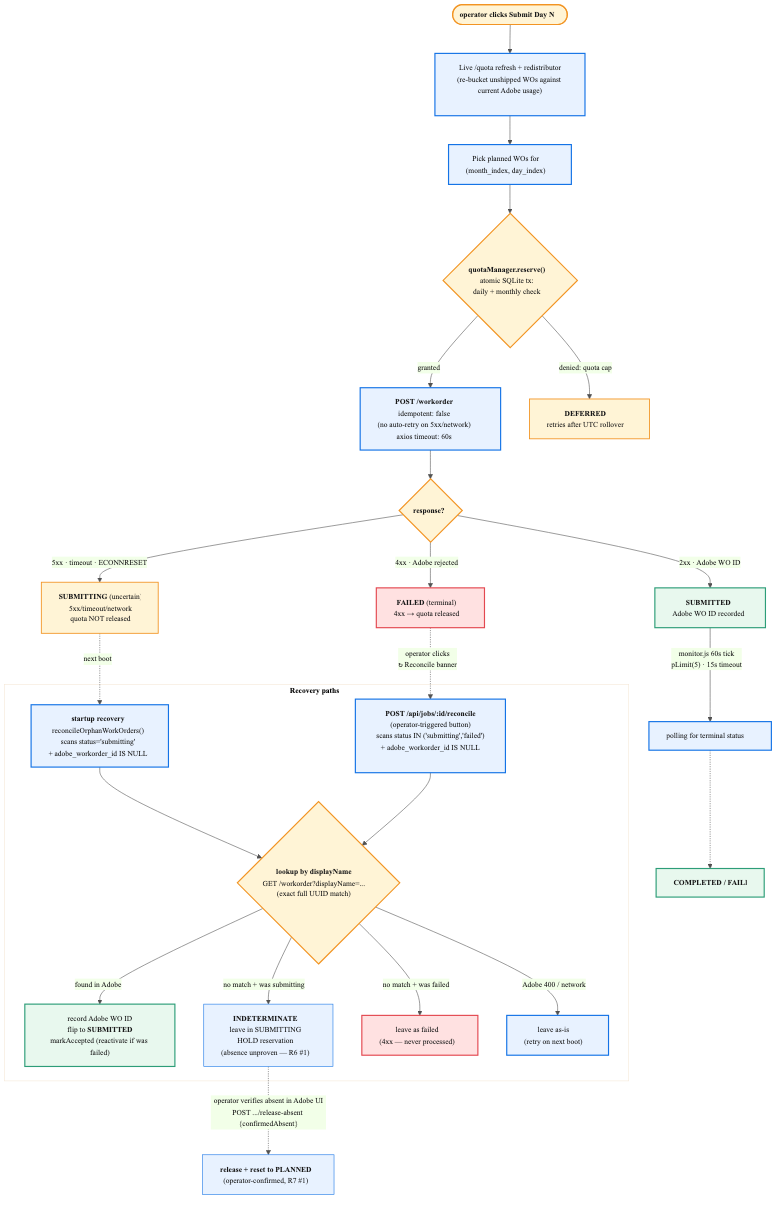
tkantk/aep-lifecycle-helper keeps this Mermaid diagram as docs/diagrams/08-submit-reconcile-flow.png. Above is the earlier version. Its source is kept beside it as docs/diagrams/08-submit-reconcile-flow.mmd.
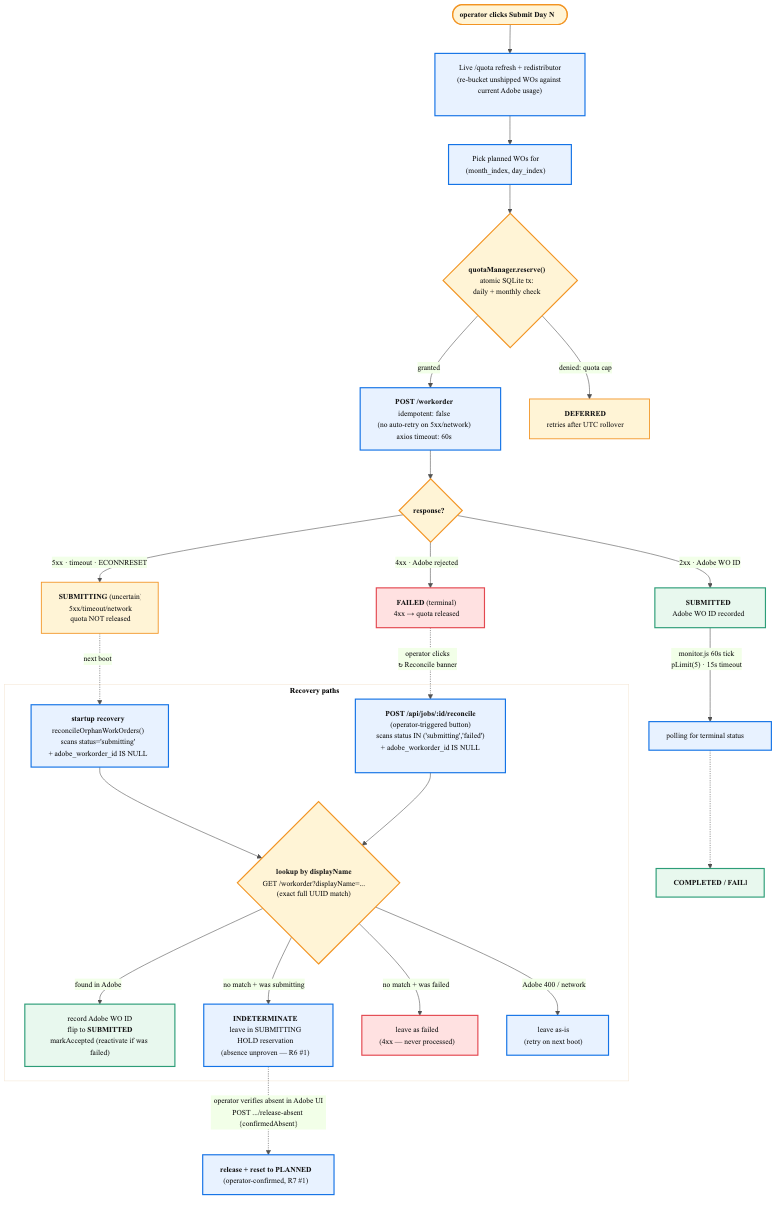
The same diagram one commit later.

Commit message:
fix: R9 follow-up — refcount the reconcile guard (concurrent reconciles)

What changed in the source:
```diff
@@ -69,4 +69,4 @@
   class Submitted,FixIt,Done ok
   class Deferred,Uncertain warn
   class Failed,Stay bad
-  class Quota,Pick,Submit,Boot,Manual,Rollback,Leave,Monitor proc
+  class Quota,Pick,Submit,Boot,Manual,Indet,OpRelease,Leave,Monitor proc
```
